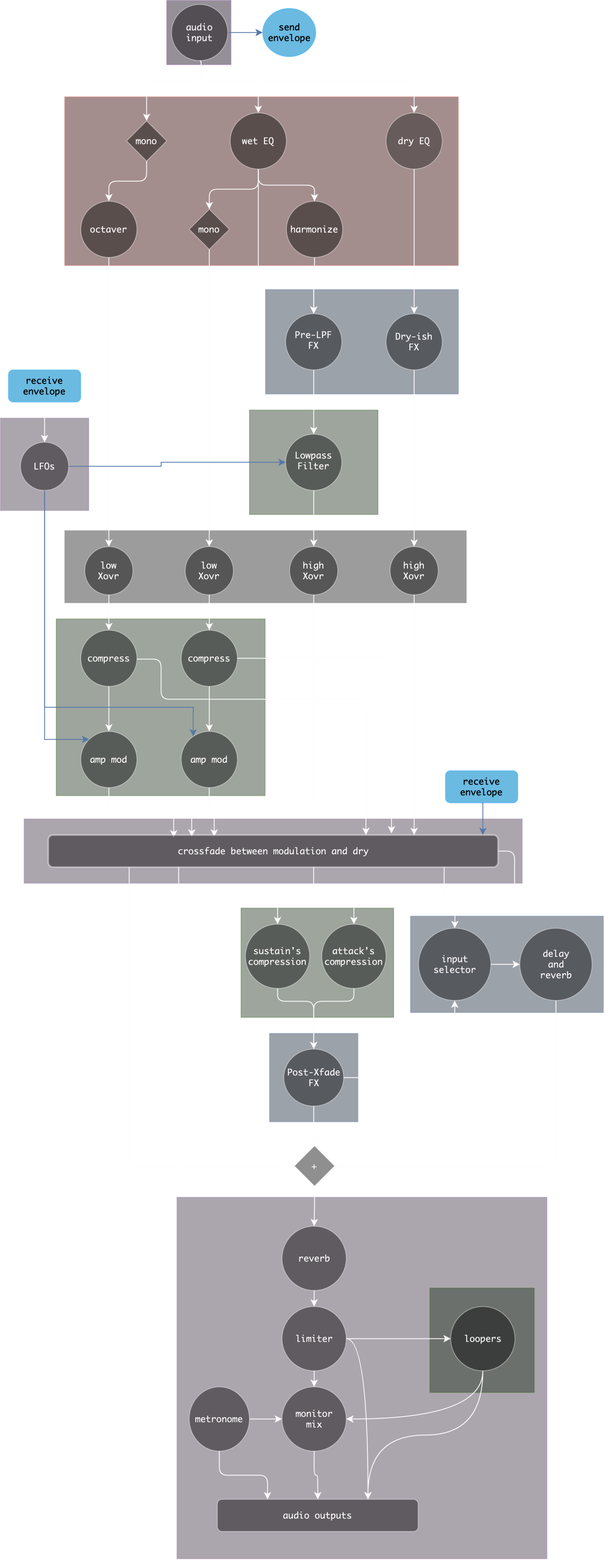
This is Sousastep Audio FX/media/Sousastep_signalflow.drawio.png from Sousastep/sousastep, a draw.io export, as it was before one commit. Source tidied: cells renumbered, new cells last; positions are measured from the earlier drawing's top-left corner, leaving out a move shared by most shapes.
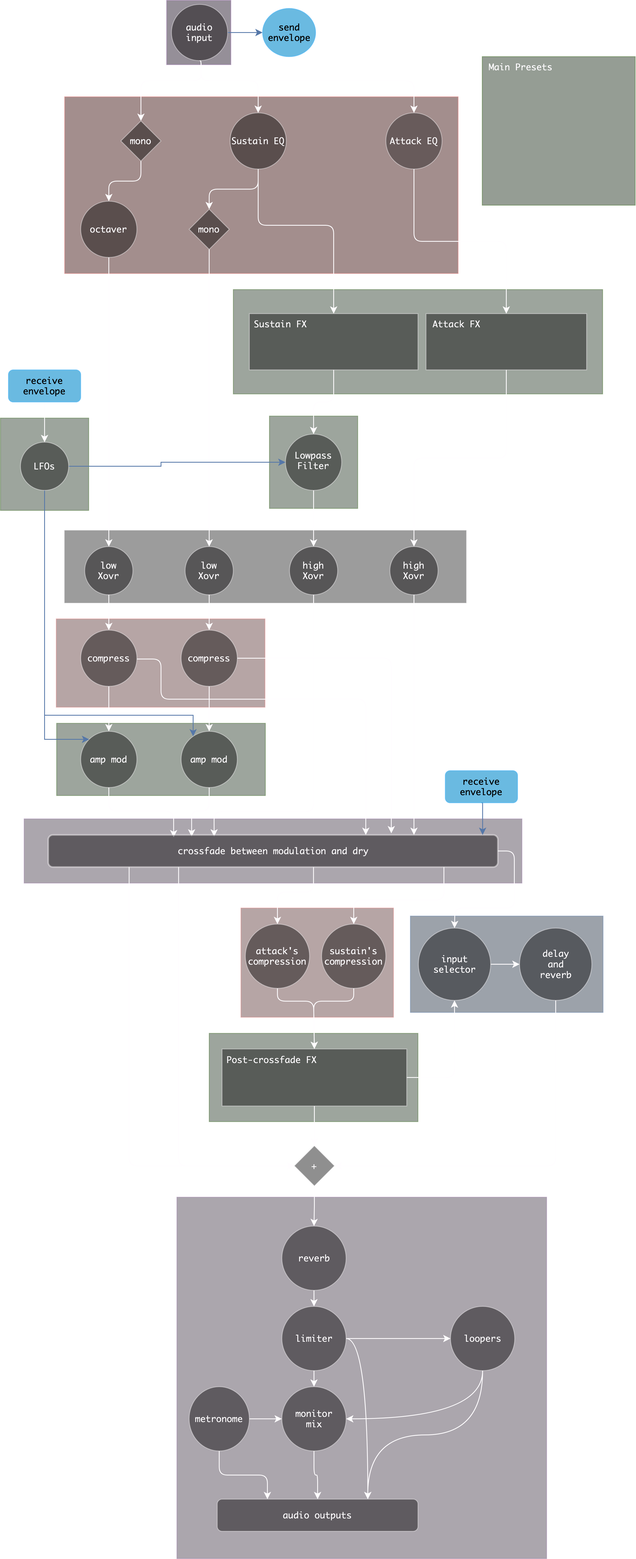
After the change.

Commit message:
prep signalflow diagram for presets UI

The edit, as a diff of the source:
```diff
@@ -2,18 +2,24 @@
   <root>
     <mxCell id="0" />
     <mxCell id="1" parent="0" />
+    <mxCell id="5" style="rounded=0;whiteSpace=wrap;html=1;fillColor=#e1d5e7;strokeColor=#9673a6;opacity=40;" parent="1" vertex="1">
+      <mxGeometry x="219.8" y="1490" width="460.5" height="450" as="geometry" />
+    </mxCell>
+    <mxCell id="101" style="rounded=0;whiteSpace=wrap;html=1;opacity=40;fillColor=#d5e8d4;strokeColor=#82b366;" parent="1" vertex="1">
+      <mxGeometry x="335" y="517.5" width="110" height="115" as="geometry" />
+    </mxCell>
+    <mxCell id="102" style="rounded=0;whiteSpace=wrap;html=1;opacity=40;fillColor=#d5e8d4;strokeColor=#82b366;" parent="1" vertex="1">
+      <mxGeometry x="70" y="900" width="260" height="90" as="geometry" />
+    </mxCell>
-    <mxCell id="2" style="rounded=0;whiteSpace=wrap;html=1;fillColor=#dae8fc;strokeColor=#6c8ebf;opacity=40;" parent="1" vertex="1">
-      <mxGeometry x="335" y="1286" width="110" height="110" as="geometry" />
+    <mxCell id="2" style="rounded=0;whiteSpace=wrap;html=1;opacity=40;fillColor=#d5e8d4;strokeColor=#82b366;" parent="1" vertex="1">
+      <mxGeometry x="260" y="1286" width="260" height="110" as="geometry" />
     </mxCell>
-    <mxCell id="3" style="rounded=0;whiteSpace=wrap;html=1;fillColor=#d5e8d4;strokeColor=#82b366;opacity=40;" parent="1" vertex="1">
+    <mxCell id="3" style="rounded=0;whiteSpace=wrap;html=1;fillColor=#f8cecc;strokeColor=#b85450;opacity=40;" parent="1" vertex="1">
       <mxGeometry x="299.5" y="1130" width="190" height="136" as="geometry" />
     </mxCell>
-    <mxCell id="4" style="rounded=0;whiteSpace=wrap;html=1;fillColor=#d5e8d4;strokeColor=#82b366;opacity=40;" parent="1" vertex="1">
-      <mxGeometry x="69.5" y="770" width="260" height="220" as="geometry" />
+    <mxCell id="4" style="rounded=0;whiteSpace=wrap;html=1;fillColor=#f8cecc;strokeColor=#b85450;opacity=40;" parent="1" vertex="1">
+      <mxGeometry x="69.5" y="770" width="260" height="110" as="geometry" />
     </mxCell>
-    <mxCell id="5" style="rounded=0;whiteSpace=wrap;html=1;fillColor=#e1d5e7;strokeColor=#9673a6;opacity=40;" parent="1" vertex="1">
-      <mxGeometry x="219.8" y="1490" width="460.5" height="450" as="geometry" />
-    </mxCell>
     <mxCell id="6" style="rounded=0;whiteSpace=wrap;html=1;fillColor=#dae8fc;strokeColor=#6c8ebf;opacity=40;" parent="1" vertex="1">
       <mxGeometry x="510.5" y="1140" width="240" height="120" as="geometry" />
     </mxCell>
@@ -23,14 +29,11 @@
     <mxCell id="8" style="rounded=0;whiteSpace=wrap;html=1;fillColor=#f5f5f5;strokeColor=#666666;fontColor=#333333;opacity=40;" parent="1" vertex="1">
       <mxGeometry x="80" y="660" width="500" height="90" as="geometry" />
     </mxCell>
-    <mxCell id="9" style="rounded=0;whiteSpace=wrap;html=1;fillColor=#d5e8d4;strokeColor=#82b366;opacity=40;" parent="1" vertex="1">
-      <mxGeometry x="310" y="510" width="160" height="130" as="geometry" />
-    </mxCell>
-    <mxCell id="10" style="rounded=0;whiteSpace=wrap;html=1;fillColor=#dae8fc;strokeColor=#6c8ebf;opacity=40;" parent="1" vertex="1">
-      <mxGeometry x="330" y="360" width="240" height="130" as="geometry" />
+    <mxCell id="10" style="rounded=0;whiteSpace=wrap;html=1;opacity=40;fillColor=#d5e8d4;strokeColor=#82b366;" parent="1" vertex="1">
+      <mxGeometry x="290" y="360" width="460" height="130" as="geometry" />
     </mxCell>
     <mxCell id="11" style="rounded=0;whiteSpace=wrap;html=1;fillColor=#f8cecc;strokeColor=#b85450;fillOpacity=100;opacity=50;" parent="1" vertex="1">
-      <mxGeometry x="80" y="120" width="490" height="210" as="geometry" />
+      <mxGeometry x="80" y="120" width="490" height="220" as="geometry" />
     </mxCell>
     <mxCell id="12" style="rounded=0;whiteSpace=wrap;html=1;fillColor=#e1d5e7;strokeColor=#9673a6;opacity=50;" parent="1" vertex="1">
       <mxGeometry x="207" width="80" height="80" as="geometry" />
@@ -38,8 +41,9 @@
     <mxCell id="13" style="edgeStyle=orthogonalEdgeStyle;rounded=1;jettySize=auto;html=1;exitX=0.5;exitY=1;exitDx=0;exitDy=0;" parent="1" edge="1" source="17" target="34">
       <mxGeometry relative="1" as="geometry">
         <Array as="points">
+          <mxPoint x="250" y="75" />
           <mxPoint x="250" y="100" />
-          <mxPoint x="182" y="100" />
+          <mxPoint x="175" y="100" />
         </Array>
       </mxGeometry>
     </mxCell>
@@ -77,38 +81,29 @@
     <mxCell id="21" style="edgeStyle=orthogonalEdgeStyle;rounded=1;jettySize=auto;html=1;exitX=0.5;exitY=1;exitDx=0;exitDy=0;" parent="1" edge="1" source="24" target="32">
       <mxGeometry relative="1" as="geometry" />
     </mxCell>
-    <mxCell id="22" style="edgeStyle=orthogonalEdgeStyle;rounded=1;jettySize=auto;html=1;exitX=0.5;exitY=1;exitDx=0;exitDy=0;" parent="1" edge="1" source="24" target="30">
-      <mxGeometry relative="1" as="geometry" />
-    </mxCell>
-    <mxCell id="23" style="edgeStyle=orthogonalEdgeStyle;rounded=1;jettySize=auto;html=1;exitX=0.5;exitY=1;exitDx=0;exitDy=0;" parent="1" edge="1" source="24" target="36">
+    <mxCell id="23" style="edgeStyle=orthogonalEdgeStyle;jettySize=auto;html=1;exitX=0.5;exitY=1;exitDx=0;exitDy=0;entryX=0.5;entryY=0;entryDx=0;entryDy=0;rounded=1;" parent="1" edge="1" source="24" target="36">
       <mxGeometry relative="1" as="geometry">
         <Array as="points">
-          <mxPoint x="321" y="340" />
-          <mxPoint x="390" y="340" />
+          <mxPoint x="321" y="280" />
+          <mxPoint x="415" y="280" />
         </Array>
       </mxGeometry>
     </mxCell>
-    <mxCell id="24" value="wet EQ" style="ellipse;whiteSpace=wrap;html=1;opacity=44;fontFamily=Monaco;fontSize=11;" parent="1" vertex="1">
+    <mxCell id="24" value="Sustain EQ" style="ellipse;whiteSpace=wrap;html=1;opacity=44;fontFamily=Monaco;fontSize=11;" parent="1" vertex="1">
       <mxGeometry x="286" y="140" width="70" height="70" as="geometry" />
     </mxCell>
-    <mxCell id="25" style="edgeStyle=orthogonalEdgeStyle;rounded=0;jettySize=auto;html=1;exitX=0.5;exitY=1;exitDx=0;exitDy=0;strokeColor=#000000;" parent="1" edge="1" source="26" target="28">
+    <mxCell id="25" style="edgeStyle=orthogonalEdgeStyle;rounded=1;jettySize=auto;html=1;exitX=0.5;exitY=1;exitDx=0;exitDy=0;strokeColor=#000000;" parent="1" edge="1" source="26" target="28">
       <mxGeometry relative="1" as="geometry" />
     </mxCell>
-    <mxCell id="26" value="dry EQ" style="ellipse;whiteSpace=wrap;html=1;opacity=44;fillOpacity=80;fontFamily=Monaco;fontSize=11;" parent="1" vertex="1">
+    <mxCell id="26" value="Attack EQ" style="ellipse;whiteSpace=wrap;html=1;opacity=44;fillOpacity=80;fontFamily=Monaco;fontSize=11;" parent="1" vertex="1">
       <mxGeometry x="480" y="140" width="70" height="70" as="geometry" />
     </mxCell>
-    <mxCell id="27" style="edgeStyle=orthogonalEdgeStyle;rounded=0;jettySize=auto;html=1;exitX=0.5;exitY=1;exitDx=0;exitDy=0;" parent="1" edge="1" source="28" target="44">
+    <mxCell id="27" style="edgeStyle=orthogonalEdgeStyle;rounded=1;jettySize=auto;html=1;exitX=0.5;exitY=1;exitDx=0;exitDy=0;" parent="1" edge="1" source="28" target="44">
       <mxGeometry relative="1" as="geometry" />
     </mxCell>
-    <mxCell id="28" value="&lt;div&gt;Dry-ish&lt;/div&gt;&lt;div&gt;FX&lt;/div&gt;" style="ellipse;whiteSpace=wrap;html=1;opacity=44;fontFamily=Monaco;fontSize=11;" parent="1" vertex="1">
-      <mxGeometry x="480" y="390" width="70" height="70" as="geometry" />
+    <mxCell id="28" value="&amp;nbsp;Attack FX" style="rectangle;whiteSpace=wrap;html=1;opacity=44;fontFamily=Monaco;fontSize=11;align=left;verticalAlign=top;labelPosition=center;verticalLabelPosition=middle;" parent="1" vertex="1">
+      <mxGeometry x="530" y="390" width="200" height="70" as="geometry" />
     </mxCell>
-    <mxCell id="29" style="edgeStyle=orthogonalEdgeStyle;rounded=0;jettySize=auto;html=1;exitX=0.5;exitY=1;exitDx=0;exitDy=0;" parent="1" edge="1" source="30" target="36">
-      <mxGeometry relative="1" as="geometry" />
-    </mxCell>
-    <mxCell id="30" value="harmonize" style="ellipse;whiteSpace=wrap;html=1;opacity=44;fontFamily=Monaco;fontSize=11;rounded=0;" parent="1" vertex="1">
-      <mxGeometry x="356" y="250" width="70" height="70" as="geometry" />
-    </mxCell>
     <mxCell id="31" style="edgeStyle=orthogonalEdgeStyle;rounded=0;jettySize=auto;html=1;exitX=0.5;exitY=1;exitDx=0;exitDy=0;" parent="1" edge="1" source="32" target="40">
       <mxGeometry relative="1" as="geometry" />
     </mxCell>
@@ -119,13 +114,13 @@
       <mxGeometry relative="1" as="geometry" />
     </mxCell>
     <mxCell id="34" value="mono" style="rhombus;whiteSpace=wrap;html=1;opacity=44;fontFamily=Monaco;fontSize=11;" parent="1" vertex="1">
-      <mxGeometry x="157" y="150" width="50" height="50" as="geometry" />
+      <mxGeometry x="150" y="150" width="50" height="50" as="geometry" />
     </mxCell>
-    <mxCell id="35" style="edgeStyle=orthogonalEdgeStyle;rounded=0;jettySize=auto;html=1;exitX=0.5;exitY=1;exitDx=0;exitDy=0;" parent="1" edge="1" source="36" target="38">
+    <mxCell id="35" style="edgeStyle=orthogonalEdgeStyle;rounded=1;jettySize=auto;html=1;exitX=0.5;exitY=1;exitDx=0;exitDy=0;" parent="1" edge="1" source="36" target="38">
       <mxGeometry relative="1" as="geometry" />
     </mxCell>
-    <mxCell id="36" value="Pre-LPF FX" style="ellipse;whiteSpace=wrap;html=1;shadow=0;fontFamily=Monaco;fontSize=11;align=center;strokeWidth=1;spacing=6;spacingTop=-4;opacity=44;" parent="1" vertex="1">
-      <mxGeometry x="355" y="390" width="70" height="70" as="geometry" />
+    <mxCell id="36" value="Sustain FX" style="rectangle;whiteSpace=wrap;html=1;shadow=0;fontFamily=Monaco;fontSize=11;align=left;strokeWidth=1;spacing=6;spacingTop=-4;opacity=44;verticalAlign=top;" parent="1" vertex="1">
+      <mxGeometry x="310" y="390" width="210" height="70" as="geometry" />
     </mxCell>
     <mxCell id="37" style="edgeStyle=orthogonalEdgeStyle;rounded=0;jettySize=auto;html=1;exitX=0.5;exitY=1;exitDx=0;exitDy=0;" parent="1" edge="1" source="38" target="46">
       <mxGeometry relative="1" as="geometry" />
@@ -206,7 +201,7 @@
         </Array>
       </mxGeometry>
     </mxCell>
-    <mxCell id="56" value="sustain's&lt;br&gt;&lt;div&gt;compression&lt;/div&gt;" style="ellipse;whiteSpace=wrap;html=1;opacity=44;fontFamily=Monaco;fontSize=11;" parent="1" vertex="1">
+    <mxCell id="56" value="attack's&lt;br&gt;&lt;div&gt;compression&lt;/div&gt;" style="ellipse;whiteSpace=wrap;html=1;opacity=44;fontFamily=Monaco;fontSize=11;" parent="1" vertex="1">
       <mxGeometry x="305" y="1150" width="80" height="80" as="geometry" />
     </mxCell>
     <mxCell id="57" style="edgeStyle=orthogonalEdgeStyle;rounded=1;jettySize=auto;html=1;exitX=0.5;exitY=1;exitDx=0;exitDy=0;entryX=0.5;entryY=0;entryDx=0;entryDy=0;" parent="1" edge="1" source="58" target="61">
@@ -217,7 +212,7 @@
         </Array>
       </mxGeometry>
     </mxCell>
-    <mxCell id="58" value="attack's&lt;br&gt;&lt;div&gt;compression&lt;/div&gt;" style="ellipse;whiteSpace=wrap;html=1;opacity=44;fontFamily=Monaco;fontSize=11;" parent="1" vertex="1">
+    <mxCell id="58" value="sustain's&lt;br&gt;&lt;div&gt;compression&lt;/div&gt;" style="ellipse;whiteSpace=wrap;html=1;opacity=44;fontFamily=Monaco;fontSize=11;" parent="1" vertex="1">
       <mxGeometry x="400" y="1150" width="80" height="80" as="geometry" />
     </mxCell>
     <mxCell id="59" style="edgeStyle=orthogonalEdgeStyle;rounded=1;jettySize=auto;html=1;exitX=1;exitY=0.5;exitDx=0;exitDy=0;" parent="1" edge="1" source="61" target="65">
@@ -226,8 +221,8 @@
     <mxCell id="60" style="edgeStyle=orthogonalEdgeStyle;rounded=0;jettySize=auto;html=1;exitX=0.5;exitY=1;exitDx=0;exitDy=0;" parent="1" edge="1" source="61" target="71">
       <mxGeometry relative="1" as="geometry" />
     </mxCell>
-    <mxCell id="61" value="Post-Xfade FX" style="ellipse;whiteSpace=wrap;html=1;opacity=44;fontFamily=Monaco;fontSize=11;" parent="1" vertex="1">
-      <mxGeometry x="352.8" y="1305.5" width="74.5" height="71" as="geometry" />
+    <mxCell id="61" value="Post-crossfade FX" style="rectangle;whiteSpace=wrap;html=1;opacity=44;fontFamily=Monaco;fontSize=11;align=left;verticalAlign=top;shadow=0;strokeWidth=1;spacing=6;spacingTop=-4;" parent="1" vertex="1">
+      <mxGeometry x="276" y="1305.5" width="230" height="71" as="geometry" />
     </mxCell>
     <mxCell id="62" style="edgeStyle=orthogonalEdgeStyle;rounded=1;jettySize=auto;html=1;exitX=0.5;exitY=1;exitDx=0;exitDy=0;entryX=1;entryY=0.5;entryDx=0;entryDy=0;" parent="1" edge="1" source="63" target="71">
       <mxGeometry relative="1" as="geometry" />
@@ -241,9 +236,6 @@
     <mxCell id="65" value="input selector" style="ellipse;whiteSpace=wrap;html=1;opacity=44;fontFamily=Monaco;fontSize=11;" parent="1" vertex="1">
       <mxGeometry x="520.5" y="1155" width="90" height="90" as="geometry" />
     </mxCell>
-    <mxCell id="66" style="rounded=0;whiteSpace=wrap;html=1;fillColor=#d5e8d4;strokeColor=#82b366;opacity=40;" parent="1" vertex="1">
-      <mxGeometry x="534.5" y="1603" width="130" height="130" as="geometry" />
-    </mxCell>
     <mxCell id="67" style="edgeStyle=orthogonalEdgeStyle;rounded=0;jettySize=auto;html=1;exitX=0.5;exitY=1;exitDx=0;exitDy=0;entryX=1;entryY=0.5;entryDx=0;entryDy=0;fillColor=#d5e8d4;strokeColor=#000000;curved=1;" parent="1" edge="1" source="69" target="79">
       <mxGeometry relative="1" as="geometry" />
     </mxCell>
@@ -286,7 +278,7 @@
     <mxCell id="80" value="audio outputs" style="rounded=1;whiteSpace=wrap;html=1;fontSize=11;glass=0;strokeWidth=1;shadow=0;opacity=44;fontFamily=Monaco;" parent="1" vertex="1">
       <mxGeometry x="270" y="1866" width="250" height="40" as="geometry" />
     </mxCell>
-    <mxCell id="81" style="rounded=0;whiteSpace=wrap;html=1;fillColor=#e1d5e7;strokeColor=#9673a6;opacity=40;" parent="1" vertex="1">
+    <mxCell id="81" style="rounded=0;whiteSpace=wrap;html=1;opacity=40;fillColor=#d5e8d4;strokeColor=#82b366;" parent="1" vertex="1">
       <mxGeometry y="520" width="110" height="115" as="geometry" />
     </mxCell>
     <mxCell id="82" style="edgeStyle=orthogonalEdgeStyle;rounded=0;jettySize=auto;html=1;exitX=1;exitY=0.5;exitDx=0;exitDy=0;fillColor=#dae8fc;strokeColor=#6c8ebf;" parent="1" edge="1" source="85" target="38">
@@ -307,8 +299,8 @@
     <mxCell id="84" style="edgeStyle=orthogonalEdgeStyle;rounded=0;jettySize=auto;html=1;exitX=0.5;exitY=1;exitDx=0;exitDy=0;fillColor=#dae8fc;strokeColor=#6c8ebf;" parent="1" edge="1" source="85" target="87">
       <mxGeometry relative="1" as="geometry">
         <Array as="points">
-          <mxPoint x="55" y="880" />
-          <mxPoint x="240" y="880" />
+          <mxPoint x="55" y="890" />
+          <mxPoint x="240" y="890" />
         </Array>
       </mxGeometry>
     </mxCell>
@@ -381,5 +373,8 @@
     <mxCell id="100" value="metronome" style="ellipse;whiteSpace=wrap;html=1;opacity=44;fontFamily=Monaco;fontSize=11;" parent="1" vertex="1">
       <mxGeometry x="235" y="1726" width="75" height="80" as="geometry" />
     </mxCell>
+    <mxCell id="103" value="&amp;nbsp;Main Presets" style="rectangle;whiteSpace=wrap;html=1;opacity=44;fontFamily=Monaco;fontSize=11;align=left;verticalAlign=top;labelPosition=center;verticalLabelPosition=middle;fillColor=#d5e8d4;strokeColor=#82b366;" parent="1" vertex="1">
+      <mxGeometry x="600" y="70" width="190.5" height="185" as="geometry" />
+    </mxCell>
   </root>
 </mxGraphModel>
```
